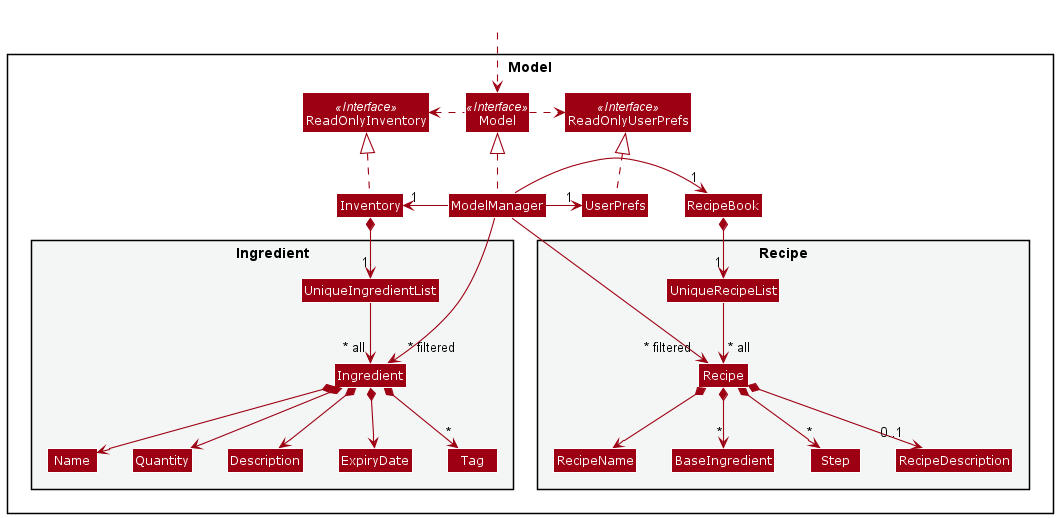
Above: docs/images/ModelClassDiagram.png in pattan9955/tp (PlantUML), before the change.
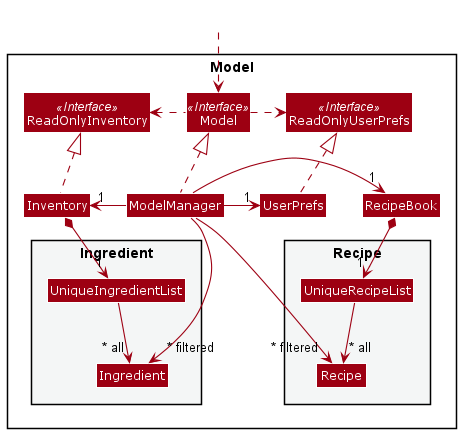
Later version of the same file.

Commit message:
Fix model class diagram

Diff of the diagram source:
```diff
@@ -20,20 +20,11 @@
 Package Ingredient <<Rectangle>> #F4F6F6 {
 Class UniqueIngredientList
 Class Ingredient
-Class Description
-Class ExpiryDate
-Class Name
-Class Quantity
-Class Tag
 }
 
 Package Recipe <<Rectangle>> #F4F6F6 {
 Class UniqueRecipeList
-Class RecipeName
 Class Recipe
-Class BaseIngredient
-Class Step
-Class RecipeDescription
 }
 
 }
@@ -53,24 +44,11 @@
 
 Inventory *--> "1" UniqueIngredientList
 UniqueIngredientList --> "~* all" Ingredient
-Ingredient *--> Name
-Ingredient *--> Quantity
-Ingredient *--> ExpiryDate
-Ingredient *--> Description
-Ingredient *--> "*" Tag
 
 
 RecipeBook *--> "1" UniqueRecipeList
 UniqueRecipeList --> "~* all" Recipe
-Recipe *--> RecipeName
-Recipe *--> "*" BaseIngredient
-Recipe *--> "*" Step
-Recipe *--> "0..1" RecipeDescription
 
-
-Name -[hidden]right-> Quantity
-Quantity -[hidden]right-> Description
-Description -[hidden]right-> ExpiryDate
 
 ModelManager -->"~* filtered" Ingredient
 ModelManager -->"~* filtered" Recipe
```
